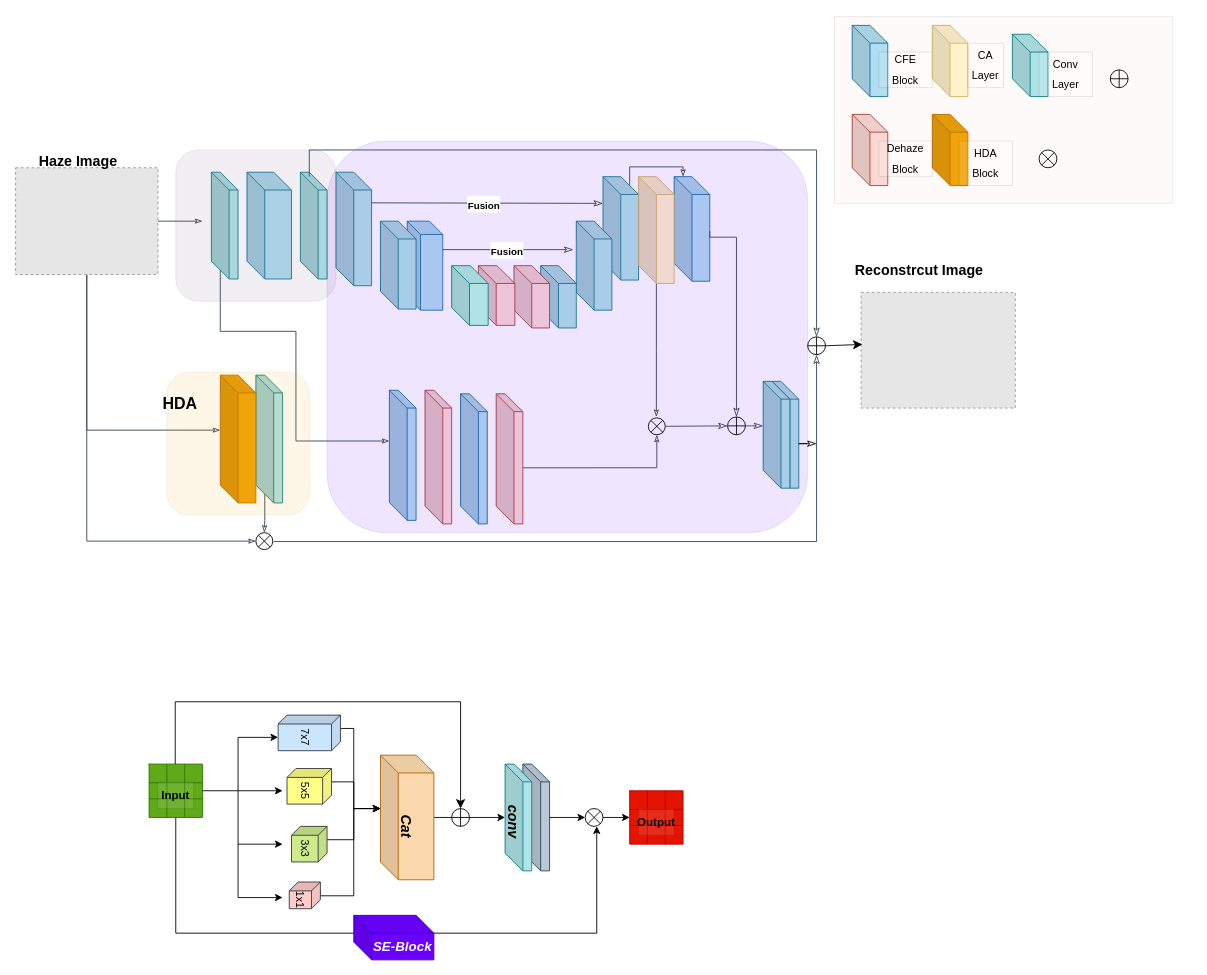
The draw.io diagram 未命名绘图.drawio in June1238/DenseDepth, before the edit. Source tidied: cells renumbered, new cells numbered last; positions are measured from the earlier drawing's top-left corner, leaving out a move shared by most shapes. Both pictures are drawn from the tidied source at 89%, with x=0, y=0 at pixel (15, -2). Pictures stored in the file or linked from it are replaced by grey dashed boxes.
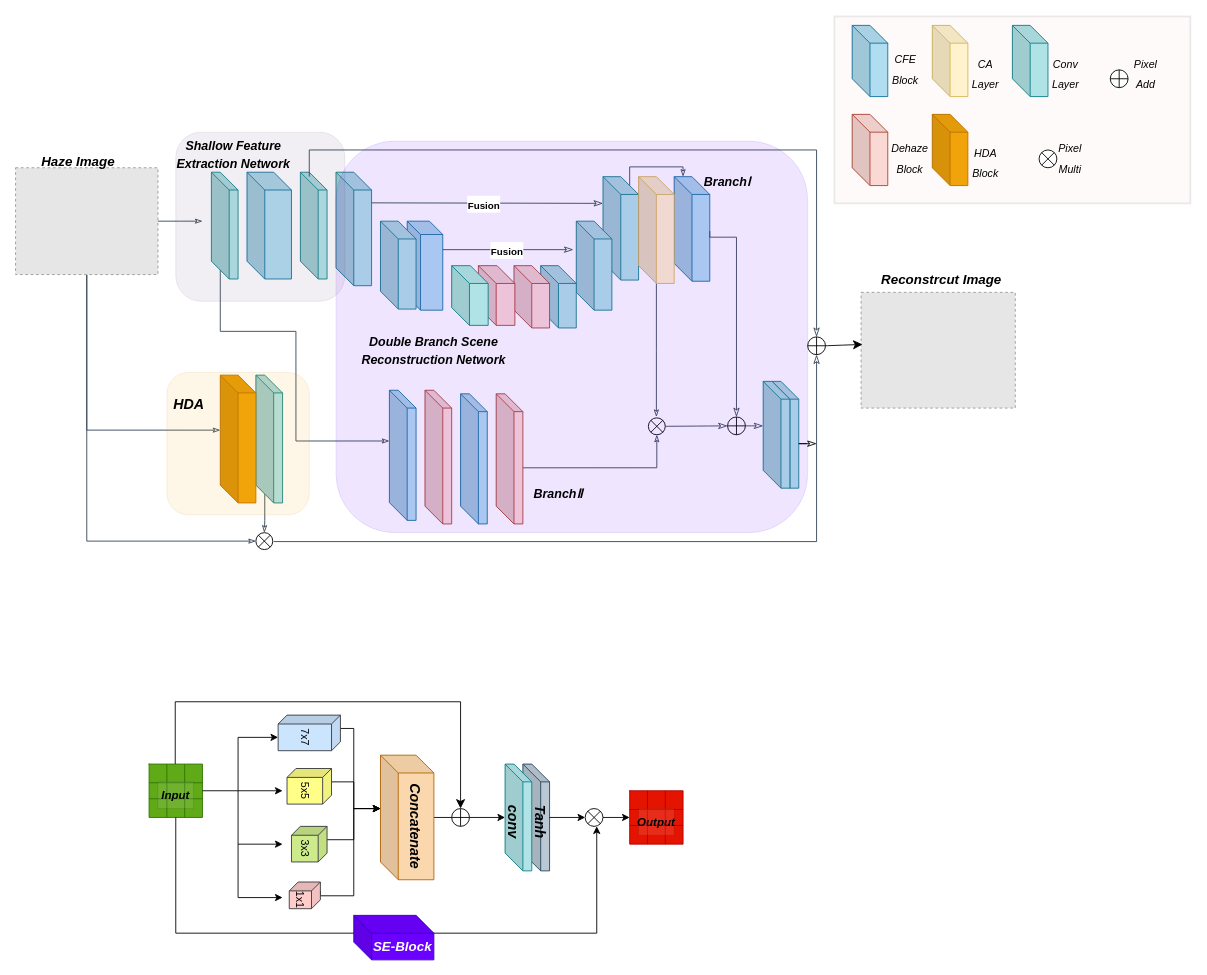
Above is the later version.

What changed in the source:
```diff
@@
-    <mxCell id="40" value="&lt;font style=&quot;font-size: 16px;&quot;&gt;&lt;b&gt;Haze Image&lt;/b&gt;&lt;/font&gt;" style="text;html=1;align=center;verticalAlign=middle;strokeColor=none;fillColor=none;" parent="1" vertex="1">
+    <mxCell id="40" value="&lt;font size=&quot;1&quot; style=&quot;&quot;&gt;&lt;b style=&quot;&quot;&gt;&lt;i style=&quot;font-size: 15px;&quot;&gt;Haze Image&lt;/i&gt;&lt;/b&gt;&lt;/font&gt;" style="text;html=1;align=center;verticalAlign=middle;strokeColor=none;fillColor=none;" parent="1" vertex="1">
       <mxGeometry x="15" y="168" width="110" height="30" as="geometry" />
     </mxCell>
-    <mxCell id="41" value="&lt;font style=&quot;font-size: 16px;&quot;&gt;&lt;b&gt;Reconstrcut Image&lt;/b&gt;&lt;/font&gt;" style="text;html=1;align=center;verticalAlign=middle;strokeColor=none;fillColor=none;" parent="1" vertex="1">
-      <mxGeometry x="930" y="290" width="170" height="30" as="geometry" />
+    <mxCell id="41" value="&lt;font size=&quot;1&quot; style=&quot;&quot;&gt;&lt;b style=&quot;&quot;&gt;&lt;i style=&quot;font-size: 15px;&quot;&gt;Reconstrcut Image&lt;/i&gt;&lt;/b&gt;&lt;/font&gt;" style="text;html=1;align=center;verticalAlign=middle;strokeColor=none;fillColor=none;" parent="1" vertex="1">
+      <mxGeometry x="960" y="300" width="160" height="30" as="geometry" />
     </mxCell>
@@
     <mxCell id="43" style="rounded=1;whiteSpace=wrap;html=1;opacity=10;fillColor=#76608a;fontColor=#ffffff;strokeColor=#432D57;" parent="1" vertex="1">
-      <mxGeometry x="180" y="170" width="180" height="170" as="geometry" />
+      <mxGeometry x="180" y="150" width="190" height="190" as="geometry" />
     </mxCell>
-    <mxCell id="44" style="rounded=0;whiteSpace=wrap;html=1;opacity=10;fillColor=#ffcccc;strokeColor=#36393d;" parent="1" vertex="1">
-      <mxGeometry x="920" y="20" width="380" height="210" as="geometry" />
+    <mxCell id="44" style="rounded=0;whiteSpace=wrap;html=1;opacity=10;fillColor=#ffcccc;strokeColor=#36393D;strokeWidth=2;" parent="1" vertex="1">
+      <mxGeometry x="920" y="20" width="400" height="210" as="geometry" />
     </mxCell>
@@
-    <mxCell id="50" value="&lt;p style=&quot;line-height: 90%;&quot;&gt;&lt;font style=&quot;font-size: 12px;&quot;&gt;CFE&lt;/font&gt;&lt;/p&gt;&lt;p style=&quot;line-height: 90%;&quot;&gt;&lt;font style=&quot;font-size: 12px;&quot;&gt;Block&lt;/font&gt;&lt;/p&gt;" style="rounded=0;whiteSpace=wrap;html=1;opacity=10;" parent="1" vertex="1">
+    <mxCell id="50" value="&lt;p style=&quot;line-height: 90%;&quot;&gt;&lt;font style=&quot;font-size: 12px;&quot;&gt;&lt;i&gt;CFE&lt;/i&gt;&lt;/font&gt;&lt;/p&gt;&lt;p style=&quot;line-height: 90%;&quot;&gt;&lt;font style=&quot;font-size: 12px;&quot;&gt;&lt;i&gt;Block&lt;/i&gt;&lt;/font&gt;&lt;/p&gt;" style="rounded=0;whiteSpace=wrap;html=1;opacity=0;" parent="1" vertex="1">
       <mxGeometry x="970" y="60" width="60" height="40" as="geometry" />
     </mxCell>
-    <mxCell id="51" value="&lt;p style=&quot;line-height: 90%;&quot;&gt;&lt;font style=&quot;font-size: 12px;&quot;&gt;Dehaze&lt;/font&gt;&lt;/p&gt;&lt;p style=&quot;line-height: 90%;&quot;&gt;&lt;span style=&quot;&quot;&gt;Block&lt;/span&gt;&lt;/p&gt;" style="rounded=0;whiteSpace=wrap;html=1;opacity=10;" parent="1" vertex="1">
-      <mxGeometry x="970" y="160" width="60" height="40" as="geometry" />
+    <mxCell id="51" value="&lt;p style=&quot;line-height: 90%;&quot;&gt;&lt;font style=&quot;font-size: 12px;&quot;&gt;&lt;i&gt;Dehaze&lt;/i&gt;&lt;/font&gt;&lt;/p&gt;&lt;p style=&quot;line-height: 90%;&quot;&gt;&lt;span style=&quot;&quot;&gt;&lt;i&gt;Block&lt;/i&gt;&lt;/span&gt;&lt;/p&gt;" style="rounded=0;whiteSpace=wrap;html=1;opacity=0;" parent="1" vertex="1">
+      <mxGeometry x="970" y="160" width="70" height="40" as="geometry" />
     </mxCell>
     <mxCell id="52" style="shape=cube;whiteSpace=wrap;html=1;boundedLbl=1;backgroundOutline=1;darkOpacity=0.05;darkOpacity2=0.1;fillColor=#b0e3e6;strokeColor=#0e8088;" parent="1" vertex="1">
-      <mxGeometry x="1120" y="40" width="40" height="70" as="geometry" />
+      <mxGeometry x="1120" y="30" width="40" height="80" as="geometry" />
     </mxCell>
-    <mxCell id="53" value="&lt;p style=&quot;line-height: 90%;&quot;&gt;&lt;font style=&quot;font-size: 12px;&quot;&gt;&lt;span style=&quot;background-color: initial;&quot;&gt;Conv&lt;/span&gt;&lt;br&gt;&lt;/font&gt;&lt;/p&gt;&lt;p style=&quot;line-height: 90%;&quot;&gt;&lt;span style=&quot;background-color: initial;&quot;&gt;&lt;font style=&quot;font-size: 12px;&quot;&gt;Layer&lt;/font&gt;&lt;/span&gt;&lt;/p&gt;" style="rounded=0;whiteSpace=wrap;html=1;opacity=10;" parent="1" vertex="1">
+    <mxCell id="53" value="&lt;p style=&quot;line-height: 90%;&quot;&gt;&lt;font style=&quot;font-size: 12px;&quot;&gt;&lt;i&gt;&lt;span style=&quot;background-color: initial;&quot;&gt;Conv&lt;/span&gt;&lt;br&gt;&lt;/i&gt;&lt;/font&gt;&lt;/p&gt;&lt;p style=&quot;line-height: 90%;&quot;&gt;&lt;span style=&quot;background-color: initial;&quot;&gt;&lt;font style=&quot;font-size: 12px;&quot;&gt;&lt;i&gt;Layer&lt;/i&gt;&lt;/font&gt;&lt;/span&gt;&lt;/p&gt;" style="rounded=0;whiteSpace=wrap;html=1;opacity=0;" parent="1" vertex="1">
       <mxGeometry x="1150" y="60" width="60" height="50" as="geometry" />
     </mxCell>
@@
-    <mxCell id="102" value="&lt;font style=&quot;font-size: 13px;&quot;&gt;&lt;b&gt;Input&lt;/b&gt;&lt;/font&gt;" style="rounded=0;whiteSpace=wrap;html=1;opacity=10;" parent="1" vertex="1">
+    <mxCell id="102" value="&lt;font style=&quot;font-size: 13px;&quot;&gt;&lt;b&gt;&lt;i&gt;Input&lt;/i&gt;&lt;/b&gt;&lt;/font&gt;" style="rounded=0;whiteSpace=wrap;html=1;opacity=10;" parent="1" vertex="1">
       <mxGeometry x="160" y="880" width="40" height="30" as="geometry" />
     </mxCell>
-    <mxCell id="103" value="&lt;font style=&quot;font-size: 13px;&quot;&gt;&lt;b&gt;Output&lt;/b&gt;&lt;/font&gt;" style="rounded=0;whiteSpace=wrap;html=1;opacity=10;" parent="1" vertex="1">
+    <mxCell id="103" value="&lt;font style=&quot;font-size: 13px;&quot;&gt;&lt;b&gt;&lt;i&gt;Output&lt;/i&gt;&lt;/b&gt;&lt;/font&gt;" style="rounded=0;whiteSpace=wrap;html=1;opacity=10;" parent="1" vertex="1">
       <mxGeometry x="700" y="910" width="40" height="30" as="geometry" />
     </mxCell>
@@
-    <mxCell id="112" value="&lt;p style=&quot;line-height: 90%;&quot;&gt;&lt;span style=&quot;background-color: initial;&quot;&gt;CA&lt;/span&gt;&lt;/p&gt;&lt;p style=&quot;line-height: 90%;&quot;&gt;&lt;span style=&quot;background-color: initial;&quot;&gt;Layer&lt;/span&gt;&lt;br&gt;&lt;/p&gt;" style="rounded=0;whiteSpace=wrap;html=1;opacity=10;" parent="1" vertex="1">
-      <mxGeometry x="1070" y="50" width="40" height="50" as="geometry" />
+    <mxCell id="112" value="&lt;p style=&quot;line-height: 90%;&quot;&gt;&lt;span style=&quot;background-color: initial;&quot;&gt;&lt;i&gt;CA&lt;/i&gt;&lt;/span&gt;&lt;/p&gt;&lt;p style=&quot;line-height: 90%;&quot;&gt;&lt;span style=&quot;background-color: initial;&quot;&gt;&lt;i&gt;Layer&lt;/i&gt;&lt;/span&gt;&lt;br&gt;&lt;/p&gt;" style="rounded=0;whiteSpace=wrap;html=1;opacity=0;" parent="1" vertex="1">
+      <mxGeometry x="1070" y="60" width="40" height="50" as="geometry" />
     </mxCell>
-    <mxCell id="113" value="&lt;p style=&quot;line-height: 90%;&quot;&gt;&lt;span style=&quot;background-color: initial;&quot;&gt;HDA&lt;/span&gt;&lt;br&gt;&lt;/p&gt;&lt;p style=&quot;line-height: 90%;&quot;&gt;Block&lt;/p&gt;" style="rounded=0;whiteSpace=wrap;html=1;opacity=10;" parent="1" vertex="1">
+    <mxCell id="113" value="&lt;p style=&quot;line-height: 90%;&quot;&gt;&lt;i&gt;&lt;span style=&quot;background-color: initial;&quot;&gt;HDA&lt;/span&gt;&lt;br&gt;&lt;/i&gt;&lt;/p&gt;&lt;p style=&quot;line-height: 90%;&quot;&gt;&lt;i&gt;Block&lt;/i&gt;&lt;/p&gt;" style="rounded=0;whiteSpace=wrap;html=1;opacity=0;" parent="1" vertex="1">
       <mxGeometry x="1060" y="160" width="60" height="50" as="geometry" />
     </mxCell>
     <mxCell id="114" style="rounded=1;whiteSpace=wrap;html=1;fontSize=16;fillColor=#6a00ff;fontColor=#ffffff;strokeColor=#3700CC;opacity=10;" parent="1" vertex="1">
-      <mxGeometry x="350" y="160" width="540" height="440" as="geometry" />
+      <mxGeometry x="360" y="160" width="530" height="440" as="geometry" />
     </mxCell>
@@
-    <mxCell id="120" value="&lt;b&gt;&lt;font style=&quot;font-size: 18px;&quot;&gt;HDA&lt;/font&gt;&lt;/b&gt;" style="rounded=0;whiteSpace=wrap;html=1;fontSize=16;opacity=0;" parent="1" vertex="1">
-      <mxGeometry x="150" y="440" width="70" height="30" as="geometry" />
+    <mxCell id="120" value="&lt;b&gt;&lt;font size=&quot;1&quot; style=&quot;&quot;&gt;&lt;i style=&quot;font-size: 16px;&quot;&gt;HDA&lt;/i&gt;&lt;/font&gt;&lt;/b&gt;" style="rounded=0;whiteSpace=wrap;html=1;fontSize=16;opacity=0;" parent="1" vertex="1">
+      <mxGeometry x="160" y="440" width="70" height="30" as="geometry" />
     </mxCell>
@@
-    <mxCell id="123" value="&lt;i&gt;&lt;b&gt;Cat&lt;/b&gt;&lt;/i&gt;" style="rounded=0;whiteSpace=wrap;html=1;fontSize=16;rotation=90;opacity=0;" parent="1" vertex="1">
-      <mxGeometry x="380" y="900" width="120" height="60" as="geometry" />
+    <mxCell id="123" value="&lt;b&gt;&lt;i&gt;Concatenate&lt;br&gt;&lt;/i&gt;&lt;/b&gt;" style="rounded=0;whiteSpace=wrap;html=1;fontSize=16;rotation=90;opacity=0;" parent="1" vertex="1">
+      <mxGeometry x="390" y="900" width="120" height="60" as="geometry" />
     </mxCell>
@@
+    <mxCell id="125" value="&lt;b&gt;&lt;i&gt;&lt;font style=&quot;font-size: 14px;&quot;&gt;Shallow Feature Extraction Network&lt;/font&gt;&lt;/i&gt;&lt;/b&gt;" style="rounded=0;whiteSpace=wrap;html=1;fontSize=16;opacity=0;" parent="1" vertex="1">
+      <mxGeometry x="170" y="160" width="150" height="30" as="geometry" />
+    </mxCell>
+    <mxCell id="126" value="&lt;b&gt;&lt;i&gt;&lt;font style=&quot;font-size: 14px;&quot;&gt;Double Branch Scene Reconstruction Network&lt;/font&gt;&lt;/i&gt;&lt;/b&gt;" style="rounded=0;whiteSpace=wrap;html=1;fontSize=16;opacity=0;" parent="1" vertex="1">
+      <mxGeometry x="350" y="380" width="240" height="30" as="geometry" />
+    </mxCell>
+    <mxCell id="127" value="&lt;p style=&quot;line-height: 90%;&quot;&gt;&lt;i&gt;Pixel&lt;/i&gt;&lt;/p&gt;&lt;p style=&quot;line-height: 90%;&quot;&gt;&lt;i style=&quot;background-color: initial;&quot;&gt;Multi&lt;/i&gt;&lt;/p&gt;" style="rounded=0;whiteSpace=wrap;html=1;opacity=0;" parent="1" vertex="1">
+      <mxGeometry x="1160" y="160" width="50" height="40" as="geometry" />
+    </mxCell>
+    <mxCell id="128" value="&lt;p style=&quot;line-height: 90%;&quot;&gt;&lt;i&gt;Pixel&lt;/i&gt;&lt;/p&gt;&lt;p style=&quot;line-height: 90%;&quot;&gt;&lt;i&gt;Add&lt;/i&gt;&lt;/p&gt;" style="rounded=0;whiteSpace=wrap;html=1;opacity=0;" parent="1" vertex="1">
+      <mxGeometry x="1250" y="60" width="40" height="50" as="geometry" />
+    </mxCell>
+    <mxCell id="129" value="&lt;b&gt;&lt;i&gt;Tanh&lt;/i&gt;&lt;/b&gt;" style="rounded=0;whiteSpace=wrap;html=1;fontSize=16;rotation=90;opacity=0;" parent="1" vertex="1">
+      <mxGeometry x="560" y="910" width="60" height="30" as="geometry" />
+    </mxCell>
+    <mxCell id="130" value="&lt;span style=&quot;font-size: 14px;&quot;&gt;&lt;b&gt;&lt;i&gt;BranchⅠ&lt;/i&gt;&lt;/b&gt;&lt;/span&gt;" style="rounded=0;whiteSpace=wrap;html=1;fontSize=16;opacity=0;" parent="1" vertex="1">
+      <mxGeometry x="680" y="190" width="240" height="30" as="geometry" />
+    </mxCell>
+    <mxCell id="131" value="&lt;span style=&quot;font-size: 14px;&quot;&gt;&lt;b&gt;&lt;i&gt;BranchⅡ&lt;/i&gt;&lt;/b&gt;&lt;/span&gt;" style="rounded=0;whiteSpace=wrap;html=1;fontSize=16;opacity=0;" parent="1" vertex="1">
+      <mxGeometry x="490" y="540" width="240" height="30" as="geometry" />
+    </mxCell>
```
